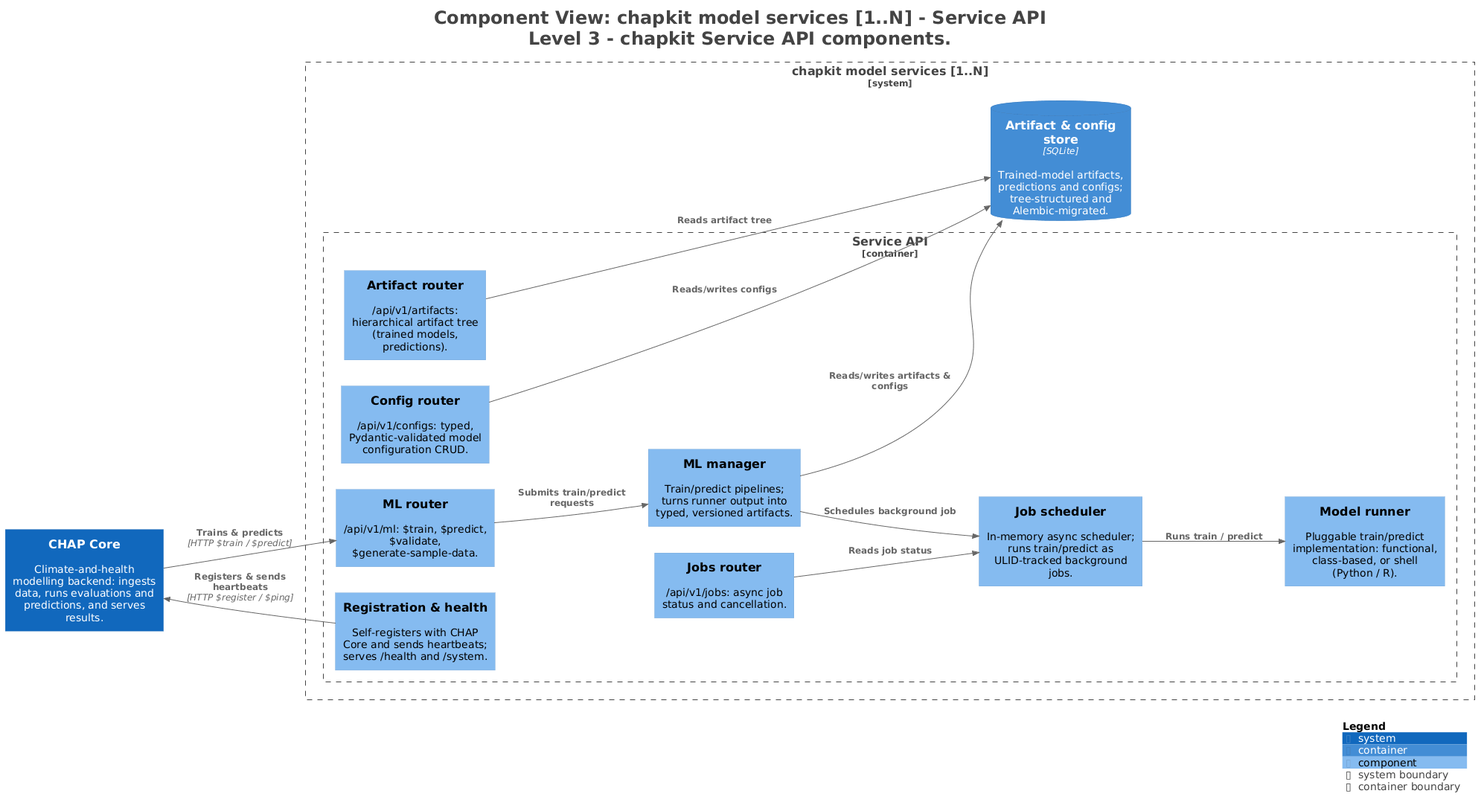
Above: architecture/diagrams/plantuml/L3_ChapkitService.png in dhis2-chap/chap-core (PlantUML), before the change.
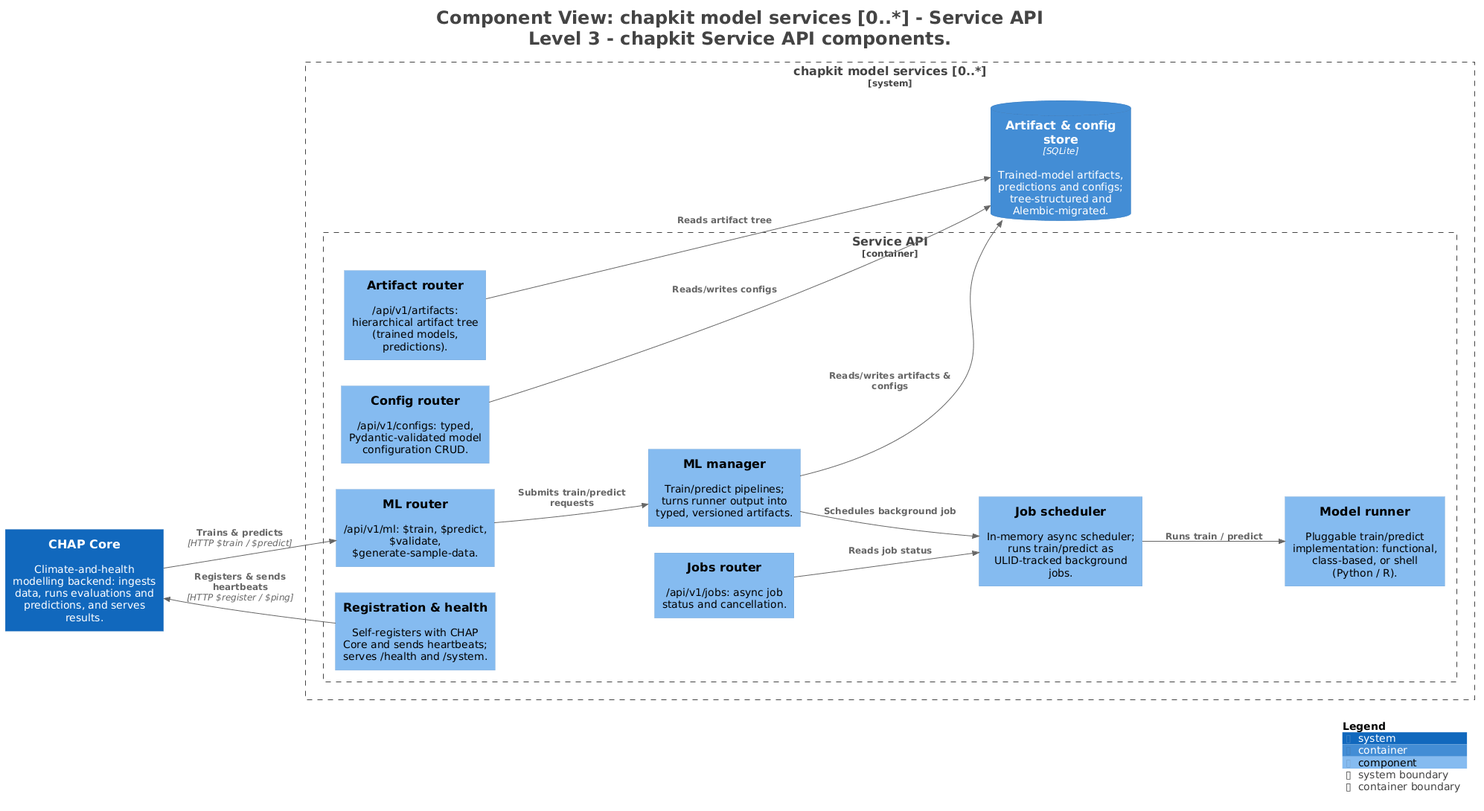
After the commit.

The edit, as a diff of the source:
```diff
@@ -1,5 +1,5 @@
 @startuml
-title <size:24>Component View: chapkit model services [1..N] - Service API</size>\n<size:24>Level 3 - chapkit Service API components.</size>
+title <size:24>Component View: chapkit model services [0..*] - Service API</size>\n<size:24>Level 3 - chapkit Service API components.</size>
 
 set separator none
 left to right direction
@@ -18,30 +18,30 @@
 
 System(CHAPCore, "CHAP Core", $descr="Climate-and-health modelling backend: ingests data, runs evaluations and predictions, and serves results.", $tags="", $link="")
 
-System_Boundary("chapkitmodelservices1N_boundary", "chapkit model services [1..N]", $tags="") {
-  Container_Boundary("chapkitmodelservices1N.ServiceAPI_boundary", "Service API", $tags="") {
-    Component(chapkitmodelservices1N.ServiceAPI.Registrationhealth, "Registration & health", $techn="", $descr="Self-registers with CHAP Core and sends heartbeats; serves /health and /system.", $tags="", $link="")
-    Component(chapkitmodelservices1N.ServiceAPI.MLrouter, "ML router", $techn="", $descr="/api/v1/ml: $train, $predict, $validate, $generate-sample-data.", $tags="", $link="")
-    Component(chapkitmodelservices1N.ServiceAPI.Configrouter, "Config router", $techn="", $descr="/api/v1/configs: typed, Pydantic-validated model configuration CRUD.", $tags="", $link="")
-    Component(chapkitmodelservices1N.ServiceAPI.Artifactrouter, "Artifact router", $techn="", $descr="/api/v1/artifacts: hierarchical artifact tree (trained models, predictions).", $tags="", $link="")
-    Component(chapkitmodelservices1N.ServiceAPI.Jobsrouter, "Jobs router", $techn="", $descr="/api/v1/jobs: async job status and cancellation.", $tags="", $link="")
-    Component(chapkitmodelservices1N.ServiceAPI.MLmanager, "ML manager", $techn="", $descr="Train/predict pipelines; turns runner output into typed, versioned artifacts.", $tags="", $link="")
-    Component(chapkitmodelservices1N.ServiceAPI.Jobscheduler, "Job scheduler", $techn="", $descr="In-memory async scheduler; runs train/predict as ULID-tracked background jobs.", $tags="", $link="")
-    Component(chapkitmodelservices1N.ServiceAPI.Modelrunner, "Model runner", $techn="", $descr="Pluggable train/predict implementation: functional, class-based, or shell (Python / R).", $tags="", $link="")
+System_Boundary("chapkitmodelservices0_boundary", "chapkit model services [0..*]", $tags="") {
+  Container_Boundary("chapkitmodelservices0.ServiceAPI_boundary", "Service API", $tags="") {
+    Component(chapkitmodelservices0.ServiceAPI.Registrationhealth, "Registration & health", $techn="", $descr="Self-registers with CHAP Core and sends heartbeats; serves /health and /system.", $tags="", $link="")
+    Component(chapkitmodelservices0.ServiceAPI.MLrouter, "ML router", $techn="", $descr="/api/v1/ml: $train, $predict, $validate, $generate-sample-data.", $tags="", $link="")
+    Component(chapkitmodelservices0.ServiceAPI.Configrouter, "Config router", $techn="", $descr="/api/v1/configs: typed, Pydantic-validated model configuration CRUD.", $tags="", $link="")
+    Component(chapkitmodelservices0.ServiceAPI.Artifactrouter, "Artifact router", $techn="", $descr="/api/v1/artifacts: hierarchical artifact tree (trained models, predictions).", $tags="", $link="")
+    Component(chapkitmodelservices0.ServiceAPI.Jobsrouter, "Jobs router", $techn="", $descr="/api/v1/jobs: async job status and cancellation.", $tags="", $link="")
+    Component(chapkitmodelservices0.ServiceAPI.MLmanager, "ML manager", $techn="", $descr="Train/predict pipelines; turns runner output into typed, versioned artifacts.", $tags="", $link="")
+    Component(chapkitmodelservices0.ServiceAPI.Jobscheduler, "Job scheduler", $techn="", $descr="In-memory async scheduler; runs train/predict as ULID-tracked background jobs.", $tags="", $link="")
+    Component(chapkitmodelservices0.ServiceAPI.Modelrunner, "Model runner", $techn="", $descr="Pluggable train/predict implementation: functional, class-based, or shell (Python / R).", $tags="", $link="")
   }
 
-  ContainerDb(chapkitmodelservices1N.Artifactconfigstore, "Artifact & config store", $techn="SQLite", $descr="Trained-model artifacts, predictions and configs; tree-structured and Alembic-migrated.", $tags="", $link="")
+  ContainerDb(chapkitmodelservices0.Artifactconfigstore, "Artifact & config store", $techn="SQLite", $descr="Trained-model artifacts, predictions and configs; tree-structured and Alembic-migrated.", $tags="", $link="")
 }
 
-Rel(CHAPCore, chapkitmodelservices1N.ServiceAPI.MLrouter, "Trains & predicts", $techn="HTTP $train / $predict", $tags="", $link="")
-Rel(chapkitmodelservices1N.ServiceAPI.Registrationhealth, CHAPCore, "Registers & sends heartbeats", $techn="HTTP $register / $ping", $tags="", $link="")
-Rel(chapkitmodelservices1N.ServiceAPI.MLrouter, chapkitmodelservices1N.ServiceAPI.MLmanager, "Submits train/predict requests", $techn="", $tags="", $link="")
-Rel(chapkitmodelservices1N.ServiceAPI.MLmanager, chapkitmodelservices1N.ServiceAPI.Jobscheduler, "Schedules background job", $techn="", $tags="", $link="")
-Rel(chapkitmodelservices1N.ServiceAPI.Jobscheduler, chapkitmodelservices1N.ServiceAPI.Modelrunner, "Runs train / predict", $techn="", $tags="", $link="")
-Rel(chapkitmodelservices1N.ServiceAPI.MLmanager, chapkitmodelservices1N.Artifactconfigstore, "Reads/writes artifacts & configs", $techn="", $tags="", $link="")
-Rel(chapkitmodelservices1N.ServiceAPI.Configrouter, chapkitmodelservices1N.Artifactconfigstore, "Reads/writes configs", $techn="", $tags="", $link="")
-Rel(chapkitmodelservices1N.ServiceAPI.Artifactrouter, chapkitmodelservices1N.Artifactconfigstore, "Reads artifact tree", $techn="", $tags="", $link="")
-Rel(chapkitmodelservices1N.ServiceAPI.Jobsrouter, chapkitmodelservices1N.ServiceAPI.Jobscheduler, "Reads job status", $techn="", $tags="", $link="")
+Rel(CHAPCore, chapkitmodelservices0.ServiceAPI.MLrouter, "Trains & predicts", $techn="HTTP $train / $predict", $tags="", $link="")
+Rel(chapkitmodelservices0.ServiceAPI.Registrationhealth, CHAPCore, "Registers & sends heartbeats", $techn="HTTP $register / $ping", $tags="", $link="")
+Rel(chapkitmodelservices0.ServiceAPI.MLrouter, chapkitmodelservices0.ServiceAPI.MLmanager, "Submits train/predict requests", $techn="", $tags="", $link="")
+Rel(chapkitmodelservices0.ServiceAPI.MLmanager, chapkitmodelservices0.ServiceAPI.Jobscheduler, "Schedules background job", $techn="", $tags="", $link="")
+Rel(chapkitmodelservices0.ServiceAPI.Jobscheduler, chapkitmodelservices0.ServiceAPI.Modelrunner, "Runs train / predict", $techn="", $tags="", $link="")
+Rel(chapkitmodelservices0.ServiceAPI.MLmanager, chapkitmodelservices0.Artifactconfigstore, "Reads/writes artifacts & configs", $techn="", $tags="", $link="")
+Rel(chapkitmodelservices0.ServiceAPI.Configrouter, chapkitmodelservices0.Artifactconfigstore, "Reads/writes configs", $techn="", $tags="", $link="")
+Rel(chapkitmodelservices0.ServiceAPI.Artifactrouter, chapkitmodelservices0.Artifactconfigstore, "Reads artifact tree", $techn="", $tags="", $link="")
+Rel(chapkitmodelservices0.ServiceAPI.Jobsrouter, chapkitmodelservices0.ServiceAPI.Jobscheduler, "Reads job status", $techn="", $tags="", $link="")
 
 SHOW_LEGEND(true)
 hide stereotypes
```
